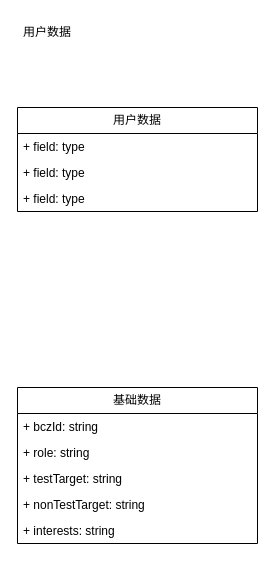
The draw.io diagram 4x4.drawio in CruelFatOtaku/draw.io, before the edit. Source tidied: cells renumbered, new cells numbered last; positions are measured from the earlier drawing's top-left corner, leaving out a move shared by most shapes. Both pictures are drawn from the tidied source at 100%, with x=0, y=0 at pixel (17, 17).
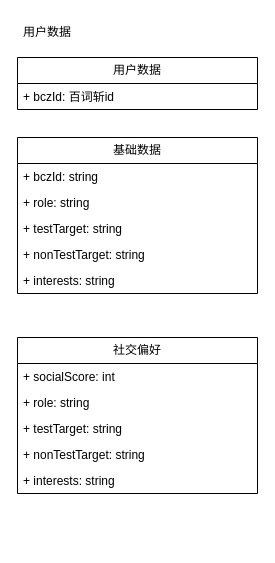
Above is the later version.

The edit, as a diff of the source:
```diff
@@
 <mxGraphModel>
   <root>
     <mxCell id="0" />
     <mxCell id="1" parent="0" />
     <mxCell id="2" value="基础数据" style="swimlane;fontStyle=0;horizontal=1;startSize=26;fillColor=none;whiteSpace=wrap;html=1;" parent="1" vertex="1">
-      <mxGeometry y="370" width="240" height="156" as="geometry" />
+      <mxGeometry y="120" width="240" height="156" as="geometry" />
     </mxCell>
     <mxCell id="3" value="+ bczId: string" style="text;strokeColor=none;fillColor=none;align=left;verticalAlign=top;spacingLeft=4;spacingRight=4;overflow=hidden;whiteSpace=wrap;html=1;" parent="2" vertex="1">
       <mxGeometry y="26" width="240" height="26" as="geometry" />
     </mxCell>
     <mxCell id="4" value="+ role: string" style="text;strokeColor=none;fillColor=none;align=left;verticalAlign=top;spacingLeft=4;spacingRight=4;overflow=hidden;whiteSpace=wrap;html=1;" parent="2" vertex="1">
       <mxGeometry y="52" width="240" height="26" as="geometry" />
     </mxCell>
     <mxCell id="5" value="+ testTarget: string" style="text;strokeColor=none;fillColor=none;align=left;verticalAlign=top;spacingLeft=4;spacingRight=4;overflow=hidden;whiteSpace=wrap;html=1;" parent="2" vertex="1">
       <mxGeometry y="78" width="240" height="26" as="geometry" />
     </mxCell>
     <mxCell id="6" value="+ nonTestTarget: string" style="text;strokeColor=none;fillColor=none;align=left;verticalAlign=top;spacingLeft=4;spacingRight=4;overflow=hidden;whiteSpace=wrap;html=1;" parent="2" vertex="1">
       <mxGeometry y="104" width="240" height="26" as="geometry" />
     </mxCell>
     <mxCell id="7" value="+ interests: string" style="text;strokeColor=none;fillColor=none;align=left;verticalAlign=top;spacingLeft=4;spacingRight=4;overflow=hidden;whiteSpace=wrap;html=1;" parent="2" vertex="1">
       <mxGeometry y="130" width="240" height="26" as="geometry" />
     </mxCell>
     <mxCell id="8" value="用户数据" style="swimlane;fontStyle=0;horizontal=1;startSize=26;fillColor=none;whiteSpace=wrap;html=1;" parent="1" vertex="1">
-      <mxGeometry y="90" width="240" height="104" as="geometry" />
+      <mxGeometry y="40" width="240" height="52" as="geometry" />
     </mxCell>
-    <mxCell id="9" value="+ field: type" style="text;strokeColor=none;fillColor=none;align=left;verticalAlign=top;spacingLeft=4;spacingRight=4;overflow=hidden;whiteSpace=wrap;html=1;" parent="8" vertex="1">
+    <mxCell id="9" value="+ bczId: 百词斩id" style="text;strokeColor=none;fillColor=none;align=left;verticalAlign=top;spacingLeft=4;spacingRight=4;overflow=hidden;whiteSpace=wrap;html=1;" parent="8" vertex="1">
       <mxGeometry y="26" width="240" height="26" as="geometry" />
     </mxCell>
-    <mxCell id="10" value="+ field: type" style="text;strokeColor=none;fillColor=none;align=left;verticalAlign=top;spacingLeft=4;spacingRight=4;overflow=hidden;whiteSpace=wrap;html=1;" parent="8" vertex="1">
-      <mxGeometry y="52" width="240" height="26" as="geometry" />
-    </mxCell>
-    <mxCell id="11" value="+ field: type" style="text;strokeColor=none;fillColor=none;align=left;verticalAlign=top;spacingLeft=4;spacingRight=4;overflow=hidden;whiteSpace=wrap;html=1;" parent="8" vertex="1">
-      <mxGeometry y="78" width="240" height="26" as="geometry" />
-    </mxCell>
     <mxCell id="12" value="用户数据" style="text;html=1;align=center;verticalAlign=middle;whiteSpace=wrap;rounded=0;" parent="1" vertex="1">
       <mxGeometry width="60" height="30" as="geometry" />
     </mxCell>
+    <mxCell id="13" value="社交偏好" style="swimlane;fontStyle=0;horizontal=1;startSize=26;fillColor=none;whiteSpace=wrap;html=1;" parent="1" vertex="1">
+      <mxGeometry y="320" width="240" height="156" as="geometry" />
+    </mxCell>
+    <mxCell id="14" value="+ socialScore: int" style="text;strokeColor=none;fillColor=none;align=left;verticalAlign=top;spacingLeft=4;spacingRight=4;overflow=hidden;whiteSpace=wrap;html=1;" parent="13" vertex="1">
+      <mxGeometry y="26" width="240" height="26" as="geometry" />
+    </mxCell>
+    <mxCell id="15" value="+ role: string" style="text;strokeColor=none;fillColor=none;align=left;verticalAlign=top;spacingLeft=4;spacingRight=4;overflow=hidden;whiteSpace=wrap;html=1;" parent="13" vertex="1">
+      <mxGeometry y="52" width="240" height="26" as="geometry" />
+    </mxCell>
+    <mxCell id="16" value="+ testTarget: string" style="text;strokeColor=none;fillColor=none;align=left;verticalAlign=top;spacingLeft=4;spacingRight=4;overflow=hidden;whiteSpace=wrap;html=1;" parent="13" vertex="1">
+      <mxGeometry y="78" width="240" height="26" as="geometry" />
+    </mxCell>
+    <mxCell id="17" value="+ nonTestTarget: string" style="text;strokeColor=none;fillColor=none;align=left;verticalAlign=top;spacingLeft=4;spacingRight=4;overflow=hidden;whiteSpace=wrap;html=1;" parent="13" vertex="1">
+      <mxGeometry y="104" width="240" height="26" as="geometry" />
+    </mxCell>
+    <mxCell id="18" value="+ interests: string" style="text;strokeColor=none;fillColor=none;align=left;verticalAlign=top;spacingLeft=4;spacingRight=4;overflow=hidden;whiteSpace=wrap;html=1;" parent="13" vertex="1">
+      <mxGeometry y="130" width="240" height="26" as="geometry" />
+    </mxCell>
   </root>
 </mxGraphModel>
```
